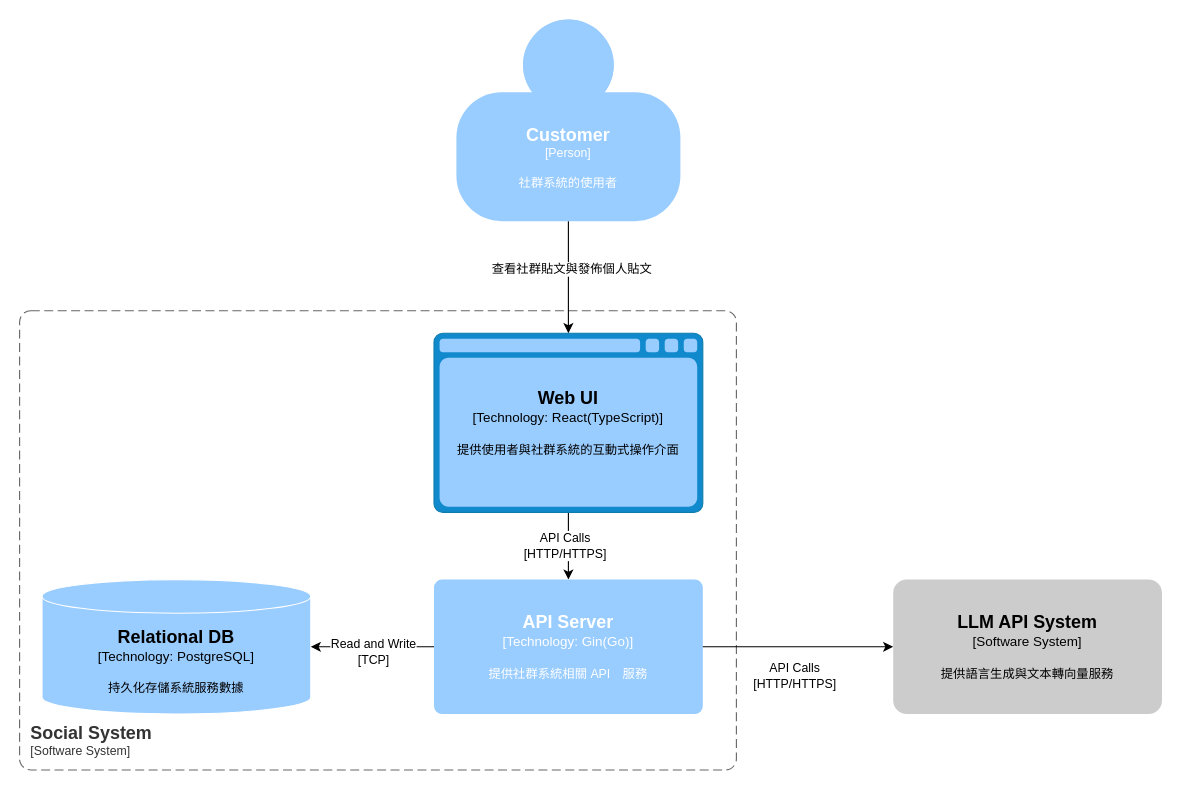
This is page "c4-container" (1 of 2) of backend/docs/diagram/diagram.drawio from alsk1369854/social-app, a draw.io file, before an edit. Source tidied: cells renumbered, new cells numbered last; positions are measured from the earlier drawing's top-left corner, leaving out a move shared by most shapes. Both pictures are drawn from the tidied source at 112%, with x=0, y=0 at pixel (19, 19).
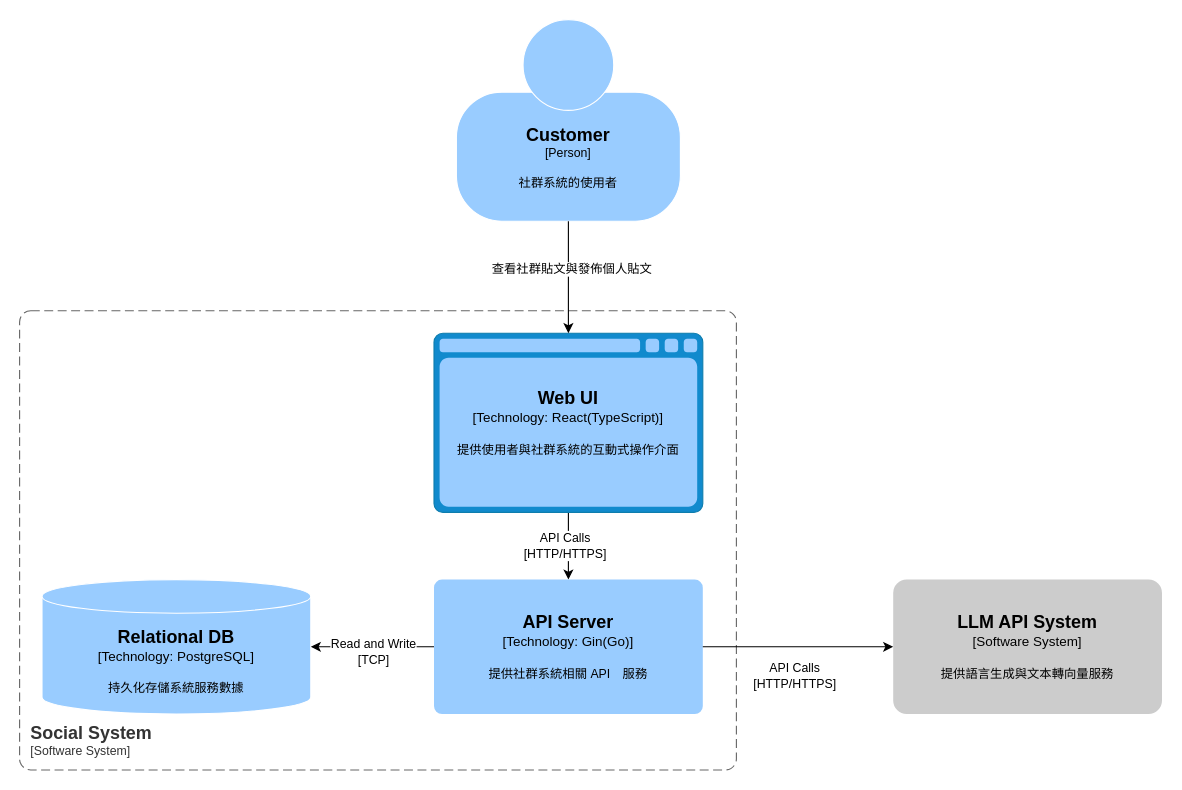
Above is the later version.

Commit message (it also covers changes not shown here):
docs: create c4 container diagram

Diff of the diagram source:
```diff
@@
     <object id="6" label="&lt;font style=&quot;font-size: 16px&quot;&gt;&lt;b&gt;%c4Name%&lt;/b&gt;&lt;/font&gt;&lt;div&gt;[%c4Type%]&lt;/div&gt;&lt;br&gt;&lt;div&gt;&lt;font style=&quot;font-size: 11px&quot;&gt;&lt;font&gt;%c4Description%&lt;/font&gt;&lt;/font&gt;&lt;/div&gt;" c4Description="社群系統的使用者" c4Name="Customer" c4Type="Person" placeholders="1">
-      <mxCell style="html=1;fontSize=11;dashed=0;whiteSpace=wrap;fillColor=light-dark(#99CCFF,#FFFFFF);strokeColor=none;fontColor=#FFFFFF;shape=mxgraph.c4.person2;align=center;points=[[0.5,0,0],[1,0.5,0],[1,0.75,0],[0.75,1,0],[0.5,1,0],[0.25,1,0],[0,0.75,0],[0,0.5,0]];labelBorderColor=none;textShadow=0;labelBackgroundColor=none;" parent="1" vertex="1">
+      <mxCell style="html=1;fontSize=11;dashed=0;whiteSpace=wrap;fillColor=light-dark(#99CCFF,#FFFFFF);strokeColor=#FFFFFF;fontColor=default;shape=mxgraph.c4.person2;align=center;points=[[0.5,0,0],[1,0.5,0],[1,0.75,0],[0.75,1,0],[0.5,1,0],[0.25,1,0],[0,0.75,0],[0,0.5,0]];labelBorderColor=none;textShadow=0;labelBackgroundColor=none;" parent="1" vertex="1">
         <mxGeometry x="390" width="200" height="180" as="geometry" />
       </mxCell>
     </object>
     <object id="7" label="&lt;font style=&quot;font-size: 16px&quot;&gt;&lt;b&gt;%c4Name%&lt;/b&gt;&lt;/font&gt;&lt;div&gt;[%c4Type%: %c4Technology%]&lt;/div&gt;&lt;br&gt;&lt;div&gt;&lt;font style=&quot;font-size: 11px&quot;&gt;%c4Description%&lt;/font&gt;&lt;/div&gt;" c4Description="提供社群系統相關 API　服務" c4Name="API Server" c4Technology="Gin(Go)" c4Type="Technology" placeholders="1">
-      <mxCell style="rounded=1;whiteSpace=wrap;html=1;labelBackgroundColor=none;fillColor=#99CCFF;fontColor=#ffffff;align=center;arcSize=6;strokeColor=none;points=[[0.25,0,0],[0.5,0,0],[0.75,0,0],[1,0.25,0],[1,0.5,0],[1,0.75,0],[0.75,1,0],[0.5,1,0],[0.25,1,0],[0,0.75,0],[0,0.5,0],[0,0.25,0]];" parent="1" vertex="1">
+      <mxCell style="rounded=1;whiteSpace=wrap;html=1;labelBackgroundColor=none;fillColor=#99CCFF;fontColor=default;align=center;arcSize=6;strokeColor=none;points=[[0.25,0,0],[0.5,0,0],[0.75,0,0],[1,0.25,0],[1,0.5,0],[1,0.75,0],[0.75,1,0],[0.5,1,0],[0.25,1,0],[0,0.75,0],[0,0.5,0],[0,0.25,0]];" parent="1" vertex="1">
         <mxGeometry x="370" y="500" width="240" height="120" as="geometry" />
       </mxCell>
     </object>
```
